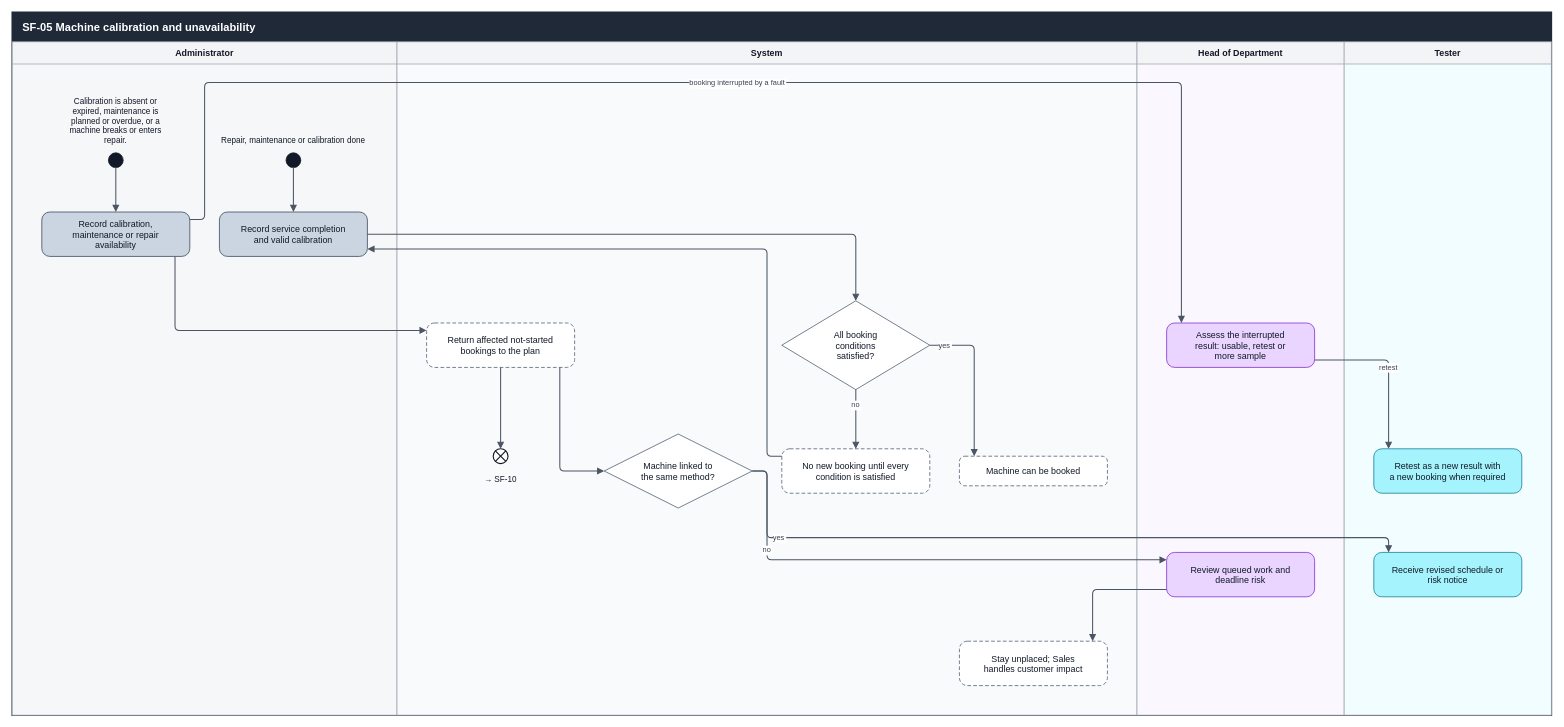
The draw.io diagram docs/reports/activity-diagram/final/Supporting flows/SF-05 Machine calibration and unavailability.drawio in SoltuneMontepre/medilab, before the edit. Source tidied: cells renumbered, new cells numbered last; positions are measured from the earlier drawing's top-left corner, leaving out a move shared by most shapes. Both pictures are drawn from the tidied source at 74%, with x=0, y=0 at pixel (12, 12).
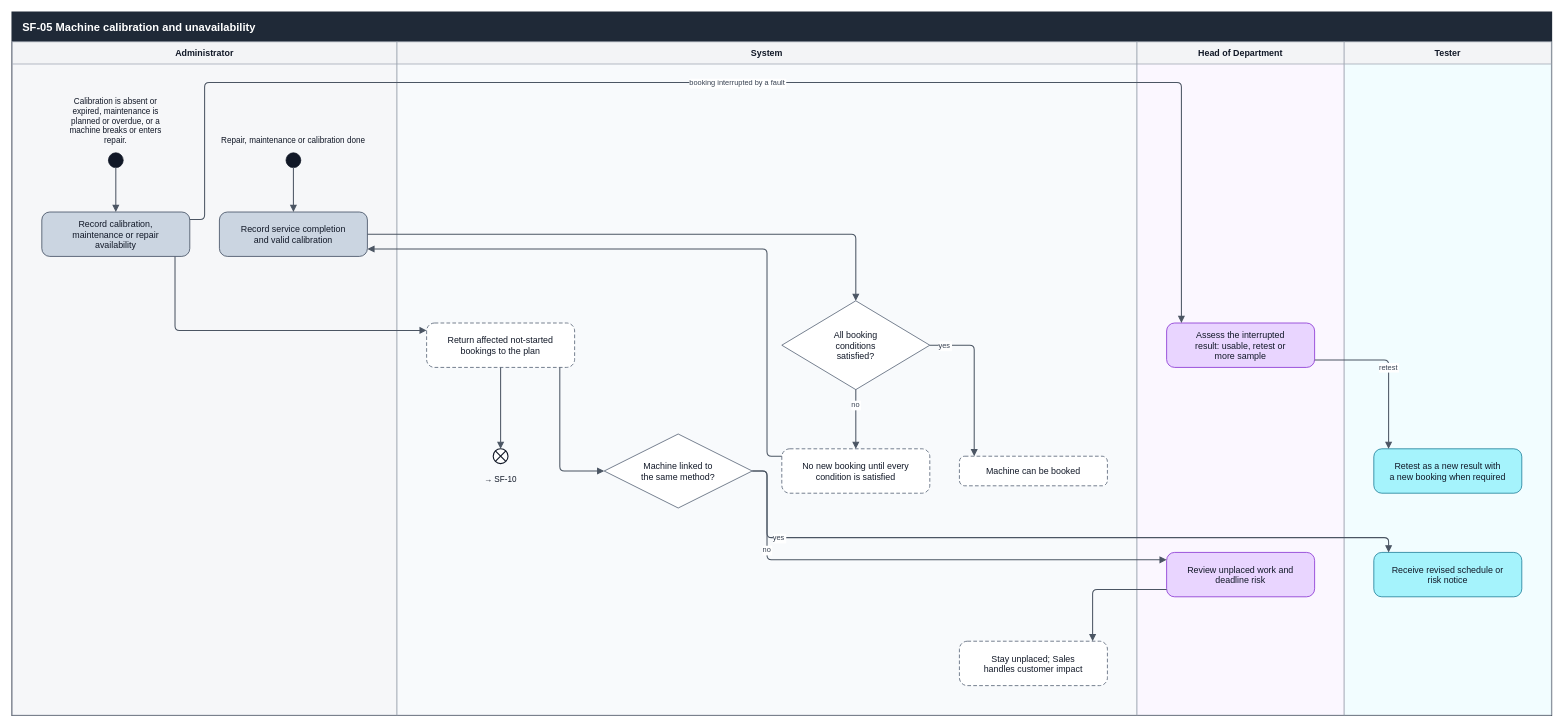
The same page after the edit.

Commit message (it also covers changes not shown here):
[docs] | #419 Correct the scheduling schema after review

Unchanged cells that the change refers to:
```xml
<mxCell id="2" value="SF-05 Machine calibration and unavailability" style="swimlane;startSize=40;html=0;fillColor=#1F2937;fontColor=#FFFFFF;strokeColor=#1F2937;strokeWidth=2;swimlaneFillColor=#FFFFFF;fontStyle=1;fontSize=15;fontFamily=Helvetica;align=left;spacingLeft=12;" parent="1" vertex="1">
  <mxGeometry width="2080" height="950" as="geometry" />
</mxCell>
```

Change to the diagram source:
```diff
@@
-    <mxCell id="10" value="Review queued work and&#10;deadline risk" style="rounded=1;arcSize=18;html=0;fontSize=12;fontFamily=Helvetica;fontColor=#111827;fillColor=#E9D5FF;strokeColor=#7E22CE;" parent="2" vertex="1">
+    <mxCell id="10" value="Review unplaced work and&#10;deadline risk" style="rounded=1;arcSize=18;html=0;fontSize=12;fontFamily=Helvetica;fontColor=#111827;fillColor=#E9D5FF;strokeColor=#7E22CE;" parent="2" vertex="1">
       <mxGeometry x="1560" y="730" width="200" height="60" as="geometry" />
     </mxCell>
```
